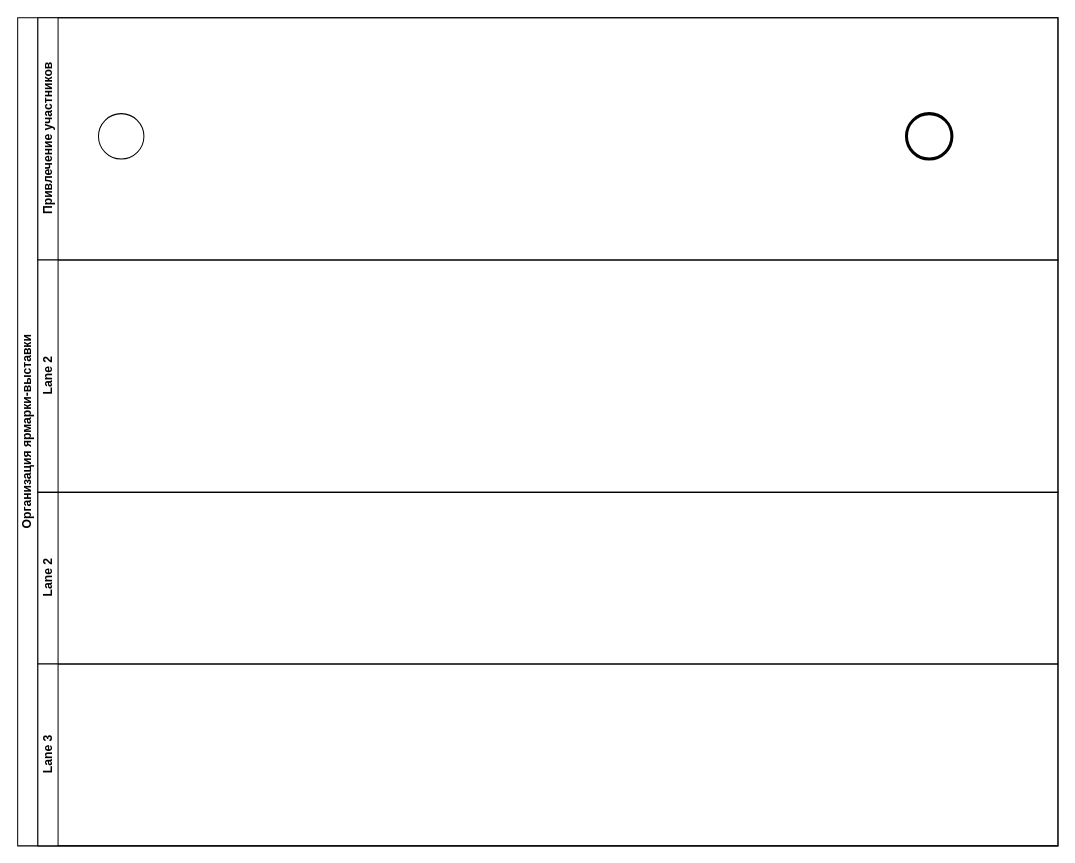
Above: SAP.drawio in tuzmas/BPMN (draw.io), before the change. Source tidied: cells renumbered, new cells numbered last; positions are measured from the earlier drawing's top-left corner, leaving out a move shared by most shapes. Both pictures are drawn from the tidied source at 101%, with x=0, y=0 at pixel (17, 17).
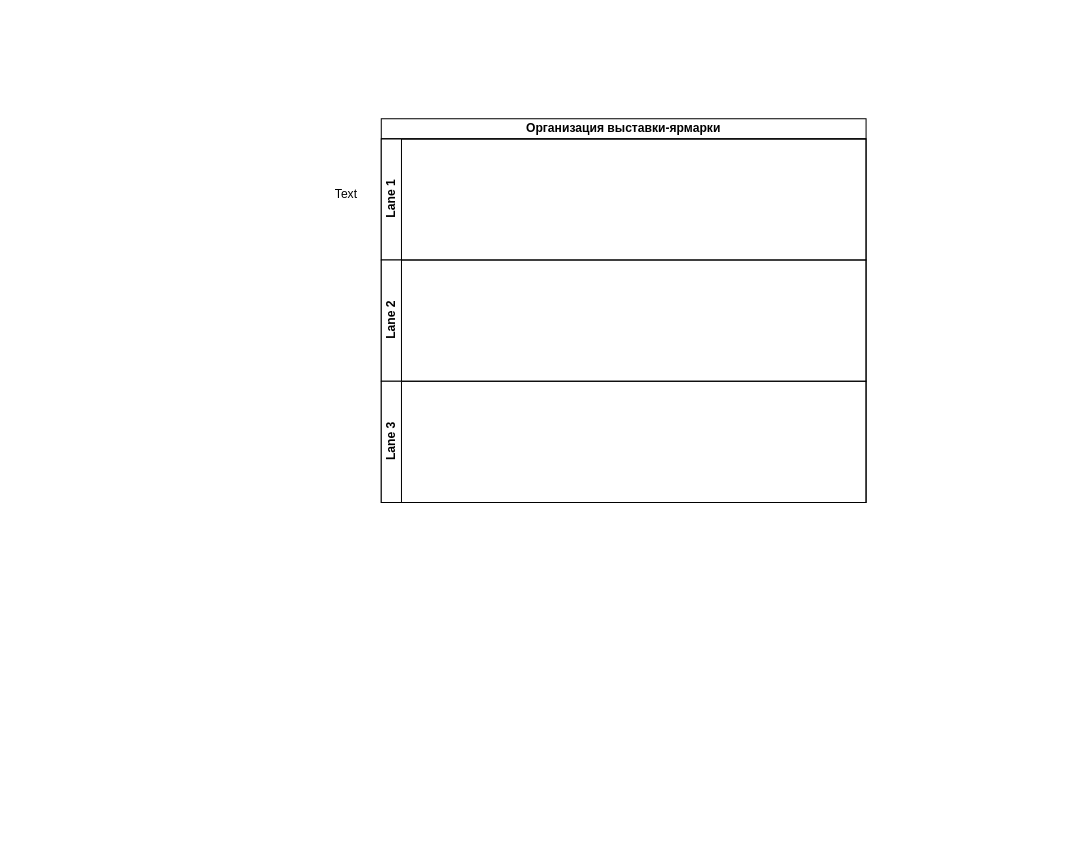
The same diagram, later.

The edit, as a diff of the source:
```diff
@@
 <mxGraphModel>
   <root>
     <mxCell id="0" />
     <mxCell id="1" parent="0" />
-    <mxCell id="2" value="Организация ярмарки-выставки" style="swimlane;html=1;horizontal=0;startSize=20;whiteSpace=wrap;" parent="1" vertex="1">
-      <mxGeometry width="1030" height="820" as="geometry" />
-    </mxCell>
-    <mxCell id="3" value="Привлечение участников" style="swimlane;html=1;startSize=20;horizontal=0;" parent="2" vertex="1">
-      <mxGeometry x="20" width="1010" height="240" as="geometry" />
-    </mxCell>
-    <mxCell id="4" style="shape=mxgraph.bpmn.event;html=1;verticalLabelPosition=bottom;labelBackgroundColor=#ffffff;verticalAlign=top;align=center;perimeter=ellipsePerimeter;outline=standard;symbol=general;" parent="3" vertex="1">
-      <mxGeometry x="60" y="95" width="45" height="45" as="geometry" />
-    </mxCell>
-    <mxCell id="5" style="shape=mxgraph.bpmn.event;html=1;verticalLabelPosition=bottom;labelBackgroundColor=#ffffff;verticalAlign=top;align=center;perimeter=ellipsePerimeter;outline=end;symbol=terminate2;" parent="3" vertex="1">
-      <mxGeometry x="860" y="95" width="45" height="45" as="geometry" />
-    </mxCell>
-    <mxCell id="6" value="Lane 2" style="swimlane;html=1;startSize=20;horizontal=0;" parent="2" vertex="1">
-      <mxGeometry x="20" y="240" width="1010" height="230" as="geometry" />
-    </mxCell>
-    <mxCell id="7" value="Lane 2" style="swimlane;html=1;startSize=20;horizontal=0;" parent="2" vertex="1">
-      <mxGeometry x="20" y="470" width="1010" height="170" as="geometry" />
-    </mxCell>
+    <mxCell id="9" value="Организация выставки-ярмарки" style="swimlane;html=1;horizontal=1;startSize=20;whiteSpace=wrap;" parent="1" vertex="1">
+      <mxGeometry x="360" y="100" width="480" height="380" as="geometry" />
+    </mxCell>
+    <mxCell id="10" value="Lane 1" style="swimlane;html=1;startSize=20;horizontal=0;" parent="9" vertex="1">
+      <mxGeometry y="20" width="480" height="120" as="geometry" />
+    </mxCell>
+    <mxCell id="11" value="Lane 2" style="swimlane;html=1;startSize=20;horizontal=0;" parent="9" vertex="1">
+      <mxGeometry y="140" width="480" height="120" as="geometry" />
+    </mxCell>
-    <mxCell id="8" value="Lane 3" style="swimlane;html=1;startSize=20;horizontal=0;" parent="2" vertex="1">
-      <mxGeometry x="20" y="640" width="1010" height="180" as="geometry" />
+    <mxCell id="8" value="Lane 3" style="swimlane;html=1;startSize=20;horizontal=0;" parent="9" vertex="1">
+      <mxGeometry y="260" width="480" height="120" as="geometry" />
     </mxCell>
+    <mxCell id="12" value="Text" style="text;html=1;align=center;verticalAlign=middle;strokeColor=none;fillColor=none;" parent="1" vertex="1">
+      <mxGeometry x="300" y="160" width="50" height="30" as="geometry" />
+    </mxCell>
   </root>
 </mxGraphModel>
```
